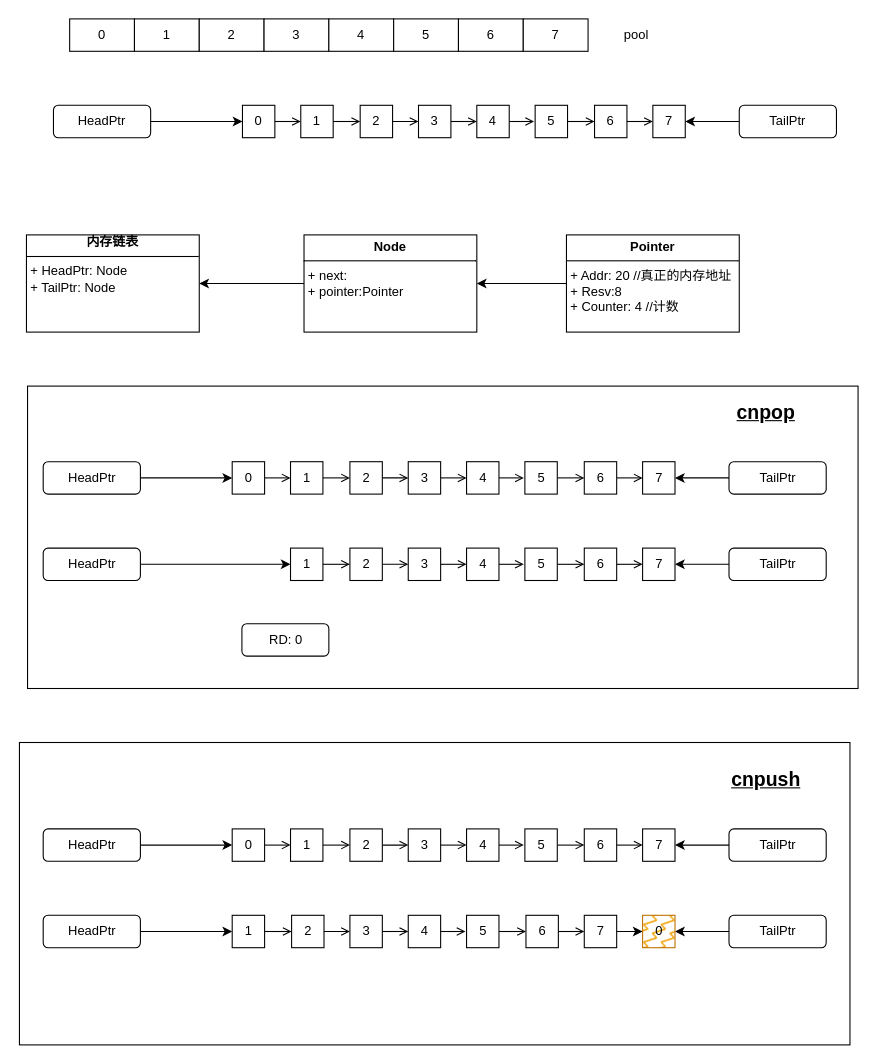
Above: page "内存链表" (2 of 4) of qtv2.drawio in joliet0l/Diagram (draw.io), before the change. Source tidied: cells renumbered, new cells numbered last; positions are measured from the earlier drawing's top-left corner, leaving out a move shared by most shapes. Both pictures are drawn from the tidied source at 108%, with x=0, y=0 at pixel (19, 18).
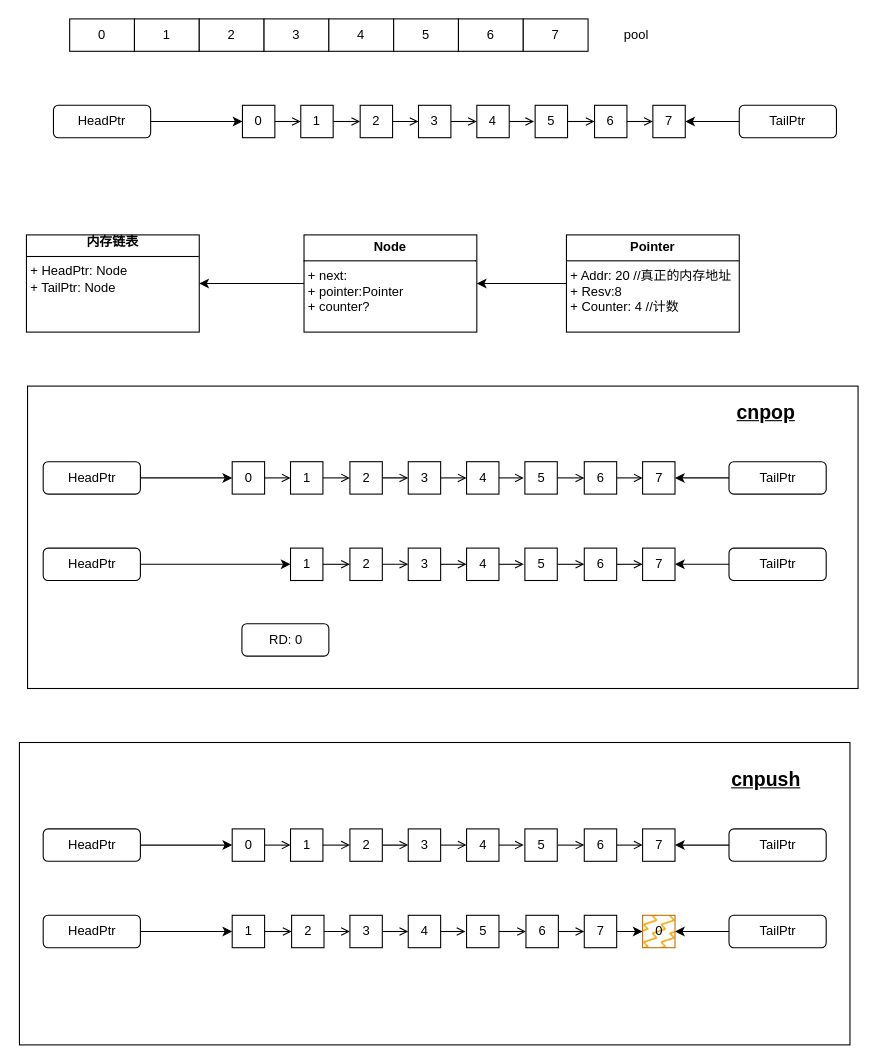
After the change.

The edit, as a diff of the source:
```diff
@@
-    <mxCell id="35" value="&lt;p style=&quot;margin:0px;margin-top:4px;text-align:center;&quot;&gt;&lt;b&gt;Node&lt;/b&gt;&lt;/p&gt;&lt;hr size=&quot;1&quot; style=&quot;border-style:solid;&quot;&gt;&lt;p style=&quot;margin:0px;margin-left:4px;&quot;&gt;+ next: &lt;br&gt;&lt;/p&gt;&lt;p style=&quot;margin:0px;margin-left:4px;&quot;&gt;+ pointer:Pointer&lt;/p&gt;" style="verticalAlign=top;align=left;overflow=fill;html=1;whiteSpace=wrap;" parent="1" vertex="1">
+    <mxCell id="35" value="&lt;p style=&quot;margin:0px;margin-top:4px;text-align:center;&quot;&gt;&lt;b&gt;Node&lt;/b&gt;&lt;/p&gt;&lt;hr size=&quot;1&quot; style=&quot;border-style:solid;&quot;&gt;&lt;p style=&quot;margin:0px;margin-left:4px;&quot;&gt;+ next: &lt;br&gt;&lt;/p&gt;&lt;p style=&quot;margin:0px;margin-left:4px;&quot;&gt;+ pointer:Pointer&lt;/p&gt;&lt;p style=&quot;margin:0px;margin-left:4px;&quot;&gt;+ counter?&lt;/p&gt;" style="verticalAlign=top;align=left;overflow=fill;html=1;whiteSpace=wrap;" parent="1" vertex="1">
       <mxGeometry x="263" y="200" width="160" height="90" as="geometry" />
     </mxCell>
```
